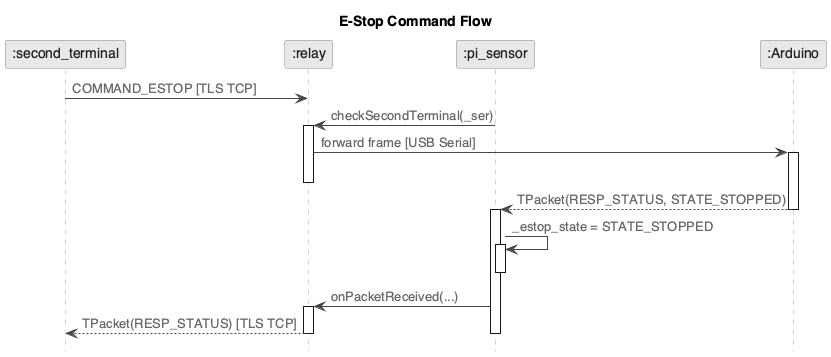
Above: code1/diagrams/E_Stop_Command_Flow.png in vanillashake17/epp2-updated (PlantUML), before the change.
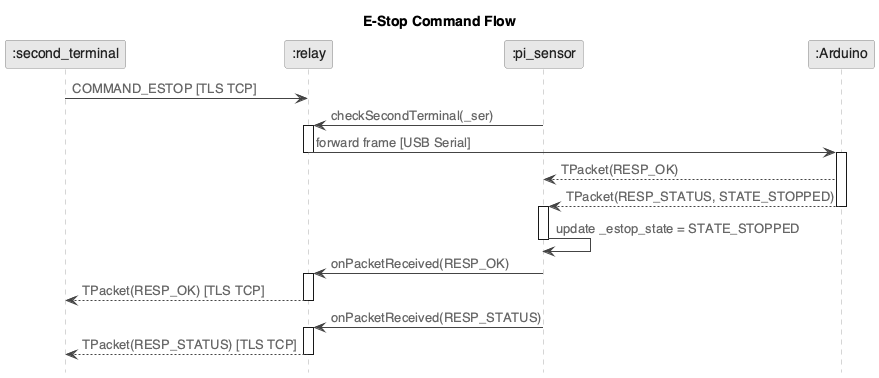
Later version of the same file.

Commit message:
fix(diagrams): correct E-Stop command flow diagram and update state handling

Diff of the diagram source:
```diff
@@ -1,4 +1,4 @@
-@startuml seq_estop
+@startuml E_Stop_Command_Flow
 skinparam backgroundColor white
 skinparam defaultFontName "Helvetica"
 skinparam sequenceArrowColor #444444
@@ -27,21 +27,25 @@
 pi -> relay : checkSecondTerminal(_ser)
 activate relay
 relay -> ard : forward frame [USB Serial]
+deactivate relay
 activate ard
-deactivate relay
 
+ard --> pi : TPacket(RESP_OK)
 ard --> pi : TPacket(RESP_STATUS, STATE_STOPPED)
 deactivate ard
 
 activate pi
-pi -> pi : _estop_state = STATE_STOPPED
-activate pi
+pi -> pi : update _estop_state = STATE_STOPPED
 deactivate pi
 
-pi -> relay : onPacketReceived(...)
+pi -> relay : onPacketReceived(RESP_OK)
+activate relay
+relay --> st : TPacket(RESP_OK) [TLS TCP]
+deactivate relay
+
+pi -> relay : onPacketReceived(RESP_STATUS)
 activate relay
 relay --> st : TPacket(RESP_STATUS) [TLS TCP]
 deactivate relay
-deactivate pi
 
 @enduml
```
